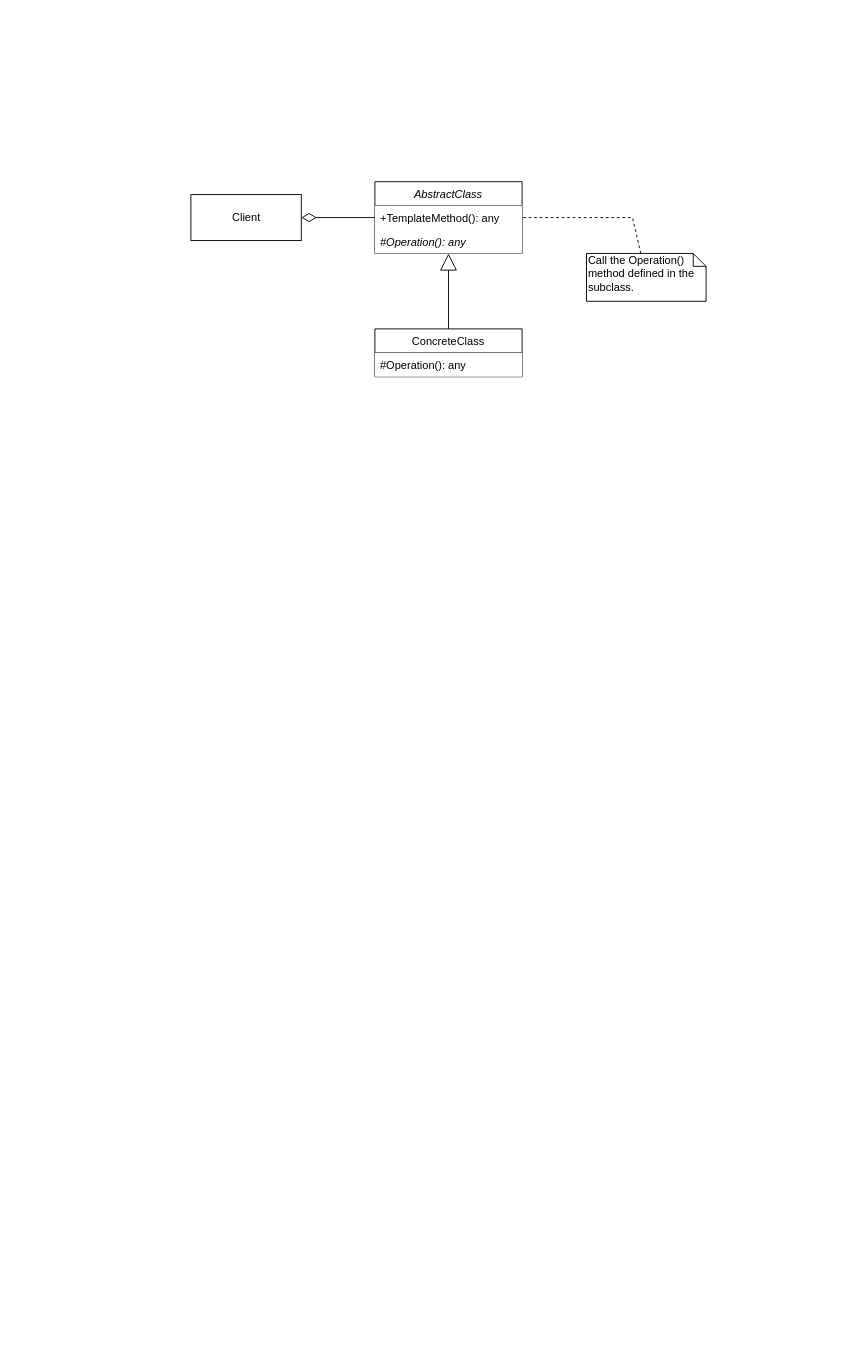
PacktPublishing/Architecting-ASP.NET-Core-Applications-3E keeps this draw.io diagram as page "Template Method" (1 of 3) of Diagrams/Template method, Chain of responsibility, command.drawio. Above is the earlier version. Source tidied: cells renumbered, new cells numbered last; positions are measured from the earlier drawing's top-left corner, leaving out a move shared by most shapes. Both pictures are drawn from the tidied source at 92%, with x=0, y=0 at pixel (190, 181).
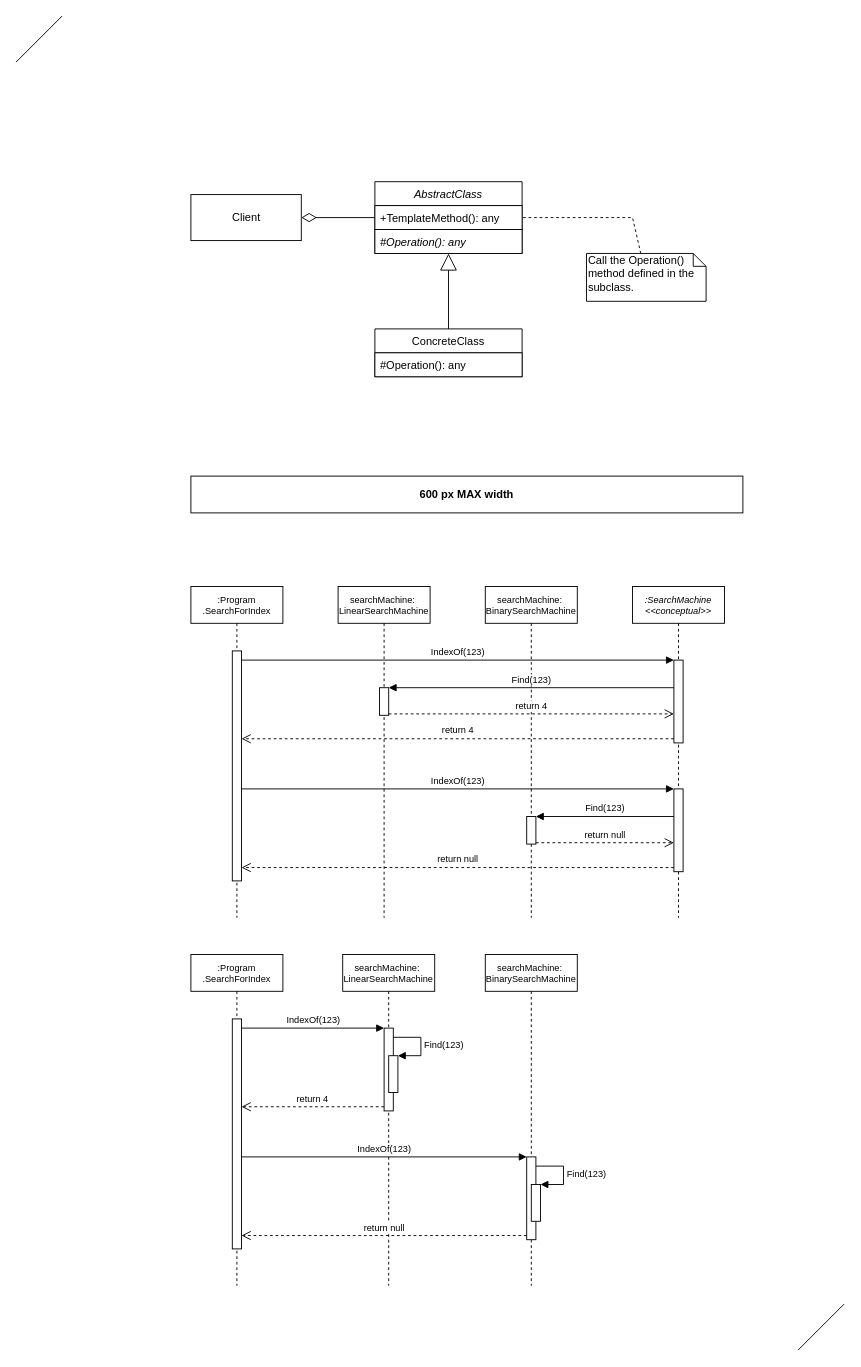
Above is the later version.

The change refers to these unchanged cells:
```xml
<mxCell id="2" value="AbstractClass" style="swimlane;fontStyle=2;horizontal=1;startSize=26;fillColor=default;strokeColor=default;swimlaneFillColor=default;" parent="1" vertex="1">
  <mxGeometry x="200" width="160" height="78" as="geometry" />
</mxCell>
<mxCell id="5" value="ConcreteClass" style="swimlane;fontStyle=0;horizontal=1;startSize=26;fillColor=default;swimlaneFillColor=default;" parent="1" vertex="1">
  <mxGeometry x="200" y="160" width="160" height="52" as="geometry" />
</mxCell>
```

Change to the diagram source:
```diff
@@
-    <mxCell id="3" value="+TemplateMethod(): any" style="text;strokeColor=none;fillColor=default;align=left;verticalAlign=top;spacingLeft=4;spacingRight=4;overflow=hidden;points=[[0,0.5],[1,0.5]];portConstraint=eastwest;" parent="2" vertex="1">
+    <mxCell id="3" value="+TemplateMethod(): any" style="text;strokeColor=default;fillColor=default;align=left;verticalAlign=top;spacingLeft=4;spacingRight=4;overflow=hidden;points=[[0,0.5],[1,0.5]];portConstraint=eastwest;" parent="2" vertex="1">
       <mxGeometry y="26" width="160" height="26" as="geometry" />
     </mxCell>
-    <mxCell id="4" value="#Operation(): any" style="text;strokeColor=none;fillColor=default;align=left;verticalAlign=top;spacingLeft=4;spacingRight=4;overflow=hidden;fontStyle=2;" parent="2" vertex="1">
+    <mxCell id="4" value="#Operation(): any" style="text;strokeColor=default;fillColor=default;align=left;verticalAlign=top;spacingLeft=4;spacingRight=4;overflow=hidden;fontStyle=2;" parent="2" vertex="1">
       <mxGeometry y="52" width="160" height="26" as="geometry" />
     </mxCell>
@@
-    <mxCell id="6" value="#Operation(): any" style="text;strokeColor=none;fillColor=default;align=left;verticalAlign=top;spacingLeft=4;spacingRight=4;overflow=hidden;" parent="5" vertex="1">
+    <mxCell id="6" value="#Operation(): any" style="text;strokeColor=default;fillColor=default;align=left;verticalAlign=top;spacingLeft=4;spacingRight=4;overflow=hidden;" parent="5" vertex="1">
       <mxGeometry y="26" width="160" height="26" as="geometry" />
     </mxCell>
@@
+    <mxCell id="12" style="endArrow=none;html=1;" parent="1" edge="1">
+      <mxGeometry relative="1" as="geometry">
+        <mxPoint x="-190" y="-130" as="sourcePoint" />
+        <mxPoint x="-140" y="-180" as="targetPoint" />
+      </mxGeometry>
+    </mxCell>
+    <mxCell id="13" style="endArrow=none;html=1;" parent="1" edge="1">
+      <mxGeometry relative="1" as="geometry">
+        <mxPoint x="660" y="1270" as="sourcePoint" />
+        <mxPoint x="710" y="1220" as="targetPoint" />
+      </mxGeometry>
+    </mxCell>
+    <mxCell id="14" value="searchMachine:&amp;nbsp;&lt;br&gt;LinearSearchMachine" style="shape=umlLifeline;perimeter=lifelinePerimeter;whiteSpace=wrap;html=1;strokeColor=default;fontSize=10;fillColor=default;" parent="1" vertex="1">
+      <mxGeometry x="160" y="440" width="100" height="360" as="geometry" />
+    </mxCell>
+    <mxCell id="15" style="html=1;points=[];perimeter=orthogonalPerimeter;strokeColor=default;fontSize=10;fillColor=default;" parent="14" vertex="1">
+      <mxGeometry x="45" y="110" width="10" height="30" as="geometry" />
+    </mxCell>
+    <mxCell id="16" value="searchMachine:&amp;nbsp;&lt;br&gt;BinarySearchMachine" style="shape=umlLifeline;perimeter=lifelinePerimeter;whiteSpace=wrap;html=1;strokeColor=default;fontSize=10;fillColor=default;" parent="1" vertex="1">
+      <mxGeometry x="320" y="440" width="100" height="360" as="geometry" />
+    </mxCell>
+    <mxCell id="17" style="html=1;points=[];perimeter=orthogonalPerimeter;strokeColor=default;fontSize=10;fillColor=default;" parent="16" vertex="1">
+      <mxGeometry x="45" y="250" width="10" height="30" as="geometry" />
+    </mxCell>
+    <mxCell id="18" value=":SearchMachine&lt;br&gt;&amp;lt;&amp;lt;conceptual&amp;gt;&amp;gt;" style="shape=umlLifeline;perimeter=lifelinePerimeter;whiteSpace=wrap;html=1;strokeColor=default;fontSize=10;fillColor=default;fontStyle=2;size=40;" parent="1" vertex="1">
+      <mxGeometry x="480" y="440" width="100" height="360" as="geometry" />
+    </mxCell>
+    <mxCell id="19" style="html=1;points=[];perimeter=orthogonalPerimeter;strokeColor=default;fontSize=10;fillColor=default;" parent="18" vertex="1">
+      <mxGeometry x="45" y="80" width="10" height="90" as="geometry" />
+    </mxCell>
+    <mxCell id="20" style="html=1;points=[];perimeter=orthogonalPerimeter;strokeColor=default;fontSize=10;fillColor=default;" parent="18" vertex="1">
+      <mxGeometry x="45" y="220" width="10" height="90" as="geometry" />
+    </mxCell>
+    <mxCell id="21" value="600 px MAX width" style="rounded=0;whiteSpace=wrap;html=1;sketch=0;fontSize=12;align=center;fontStyle=1;" parent="1" vertex="1">
+      <mxGeometry y="320" width="600" height="40" as="geometry" />
+    </mxCell>
+    <mxCell id="22" value=":Program&lt;br&gt;.SearchForIndex" style="shape=umlLifeline;perimeter=lifelinePerimeter;whiteSpace=wrap;html=1;strokeColor=default;fontSize=10;fillColor=default;" parent="1" vertex="1">
+      <mxGeometry y="440" width="100" height="360" as="geometry" />
+    </mxCell>
+    <mxCell id="23" style="html=1;points=[];perimeter=orthogonalPerimeter;strokeColor=default;fontSize=10;fillColor=default;" parent="22" vertex="1">
+      <mxGeometry x="45" y="70" width="10" height="250" as="geometry" />
+    </mxCell>
+    <mxCell id="24" value="IndexOf(123)" style="html=1;verticalAlign=bottom;endArrow=block;entryX=0;entryY=0;fontSize=10;" parent="1" edge="1" source="23" target="19">
+      <mxGeometry relative="1" as="geometry" />
+    </mxCell>
+    <mxCell id="25" value="return 4" style="html=1;verticalAlign=bottom;endArrow=open;dashed=1;endSize=8;exitX=0;exitY=0.95;fontSize=10;" parent="1" edge="1" source="19" target="23">
+      <mxGeometry relative="1" as="geometry" />
+    </mxCell>
+    <mxCell id="26" value="Find(123)" style="html=1;verticalAlign=bottom;endArrow=block;entryX=1;entryY=0;fontSize=10;" parent="1" edge="1" source="19" target="15">
+      <mxGeometry relative="1" as="geometry" />
+    </mxCell>
+    <mxCell id="27" value="return 4" style="html=1;verticalAlign=bottom;endArrow=open;dashed=1;endSize=8;exitX=1;exitY=0.95;fontSize=10;" parent="1" edge="1" source="15" target="19">
+      <mxGeometry relative="1" as="geometry" />
+    </mxCell>
+    <mxCell id="28" value="IndexOf(123)" style="html=1;verticalAlign=bottom;endArrow=block;entryX=0;entryY=0;fontSize=10;" parent="1" edge="1" source="23" target="20">
+      <mxGeometry relative="1" as="geometry" />
+    </mxCell>
+    <mxCell id="29" value="return null" style="html=1;verticalAlign=bottom;endArrow=open;dashed=1;endSize=8;exitX=0;exitY=0.95;fontSize=10;" parent="1" edge="1" source="20" target="23">
+      <mxGeometry relative="1" as="geometry" />
+    </mxCell>
+    <mxCell id="30" value="Find(123)" style="html=1;verticalAlign=bottom;endArrow=block;entryX=1;entryY=0;fontSize=10;" parent="1" edge="1" source="20" target="17">
+      <mxGeometry relative="1" as="geometry" />
+    </mxCell>
+    <mxCell id="31" value="return null" style="html=1;verticalAlign=bottom;endArrow=open;dashed=1;endSize=8;exitX=1;exitY=0.95;fontSize=10;" parent="1" edge="1" source="17" target="20">
+      <mxGeometry relative="1" as="geometry" />
+    </mxCell>
+    <mxCell id="32" value="&lt;span style=&quot;&quot;&gt;searchMachine:&amp;nbsp;&lt;br&gt;&lt;/span&gt;LinearSearchMachine" style="shape=umlLifeline;perimeter=lifelinePerimeter;whiteSpace=wrap;html=1;strokeColor=default;fontSize=10;fillColor=default;" parent="1" vertex="1">
+      <mxGeometry x="165" y="840" width="100" height="360" as="geometry" />
+    </mxCell>
+    <mxCell id="33" style="html=1;points=[];perimeter=orthogonalPerimeter;strokeColor=default;fontSize=10;fillColor=default;" parent="32" vertex="1">
+      <mxGeometry x="45" y="80" width="10" height="90" as="geometry" />
+    </mxCell>
+    <mxCell id="34" style="html=1;points=[];perimeter=orthogonalPerimeter;strokeColor=default;fontSize=10;fillColor=default;" parent="32" vertex="1">
+      <mxGeometry x="50" y="110" width="10" height="40" as="geometry" />
+    </mxCell>
+    <mxCell id="35" value="Find(123)" style="edgeStyle=orthogonalEdgeStyle;html=1;align=left;spacingLeft=2;endArrow=block;rounded=0;entryX=1;entryY=0;fontSize=10;" parent="32" edge="1" target="34">
+      <mxGeometry relative="1" as="geometry">
+        <mxPoint x="55" y="90" as="sourcePoint" />
+        <Array as="points">
+          <mxPoint x="85" y="90" />
+        </Array>
+      </mxGeometry>
+    </mxCell>
+    <mxCell id="36" value="&lt;span style=&quot;&quot;&gt;searchMachine:&amp;nbsp;&lt;br&gt;&lt;/span&gt;BinarySearchMachine" style="shape=umlLifeline;perimeter=lifelinePerimeter;whiteSpace=wrap;html=1;strokeColor=default;fontSize=10;fillColor=default;" parent="1" vertex="1">
+      <mxGeometry x="320" y="840" width="100" height="360" as="geometry" />
+    </mxCell>
+    <mxCell id="37" style="html=1;points=[];perimeter=orthogonalPerimeter;strokeColor=default;fontSize=10;fillColor=default;" parent="36" vertex="1">
+      <mxGeometry x="45" y="220" width="10" height="90" as="geometry" />
+    </mxCell>
+    <mxCell id="38" style="html=1;points=[];perimeter=orthogonalPerimeter;strokeColor=default;fontSize=10;fillColor=default;" parent="36" vertex="1">
+      <mxGeometry x="50" y="250" width="10" height="40" as="geometry" />
+    </mxCell>
+    <mxCell id="39" value="Find(123)" style="edgeStyle=orthogonalEdgeStyle;html=1;align=left;spacingLeft=2;endArrow=block;rounded=0;entryX=1;entryY=0;fontSize=10;" parent="36" edge="1" target="38">
+      <mxGeometry relative="1" as="geometry">
+        <mxPoint x="55" y="230" as="sourcePoint" />
+        <Array as="points">
+          <mxPoint x="85" y="230" />
+        </Array>
+      </mxGeometry>
+    </mxCell>
+    <mxCell id="40" value=":Program&lt;br&gt;.SearchForIndex" style="shape=umlLifeline;perimeter=lifelinePerimeter;whiteSpace=wrap;html=1;strokeColor=default;fontSize=10;fillColor=default;" parent="1" vertex="1">
+      <mxGeometry y="840" width="100" height="360" as="geometry" />
+    </mxCell>
+    <mxCell id="41" style="html=1;points=[];perimeter=orthogonalPerimeter;strokeColor=default;fontSize=10;fillColor=default;" parent="40" vertex="1">
+      <mxGeometry x="45" y="70" width="10" height="250" as="geometry" />
+    </mxCell>
+    <mxCell id="42" value="IndexOf(123)" style="html=1;verticalAlign=bottom;endArrow=block;entryX=0;entryY=0;fontSize=10;" parent="1" edge="1" source="41" target="33">
+      <mxGeometry relative="1" as="geometry" />
+    </mxCell>
+    <mxCell id="43" value="return 4" style="html=1;verticalAlign=bottom;endArrow=open;dashed=1;endSize=8;exitX=0;exitY=0.95;fontSize=10;" parent="1" edge="1" source="33" target="41">
+      <mxGeometry relative="1" as="geometry" />
+    </mxCell>
+    <mxCell id="44" value="IndexOf(123)" style="html=1;verticalAlign=bottom;endArrow=block;entryX=0;entryY=0;fontSize=10;" parent="1" edge="1" source="41" target="37">
+      <mxGeometry relative="1" as="geometry" />
+    </mxCell>
+    <mxCell id="45" value="return null" style="html=1;verticalAlign=bottom;endArrow=open;dashed=1;endSize=8;exitX=0;exitY=0.95;fontSize=10;" parent="1" edge="1" source="37" target="41">
+      <mxGeometry relative="1" as="geometry" />
+    </mxCell>
```
